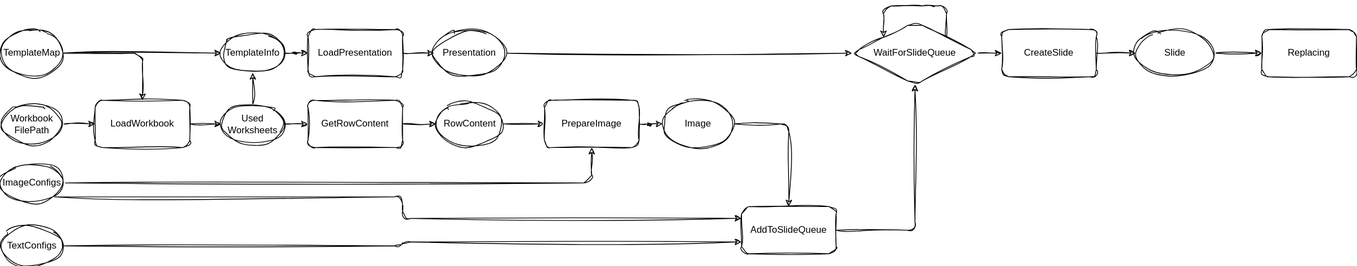
Above: Documents/workflows.svg in thnhmai06/SlideGenerator (draw.io), before the change. Source tidied: cells renumbered, new cells last; positions are measured from the earlier drawing's top-left corner, leaving out a move shared by most shapes.
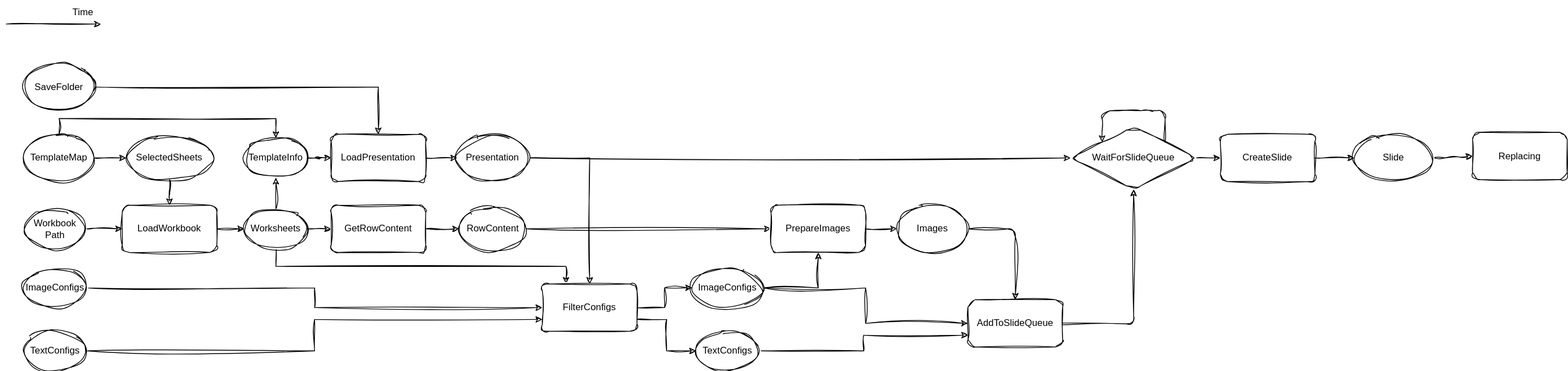
The same diagram one commit later.

Diff of the diagram source:
```diff
@@ -2,131 +2,177 @@
   <root>
     <mxCell id="0" />
     <mxCell id="1" parent="0" />
-    <mxCell id="2" style="edgeStyle=orthogonalEdgeStyle;rounded=1;jettySize=auto;html=1;sketch=1;curveFitting=1;jiggle=2;" parent="1" edge="1" source="3" target="17">
+    <mxCell id="2" style="edgeStyle=orthogonalEdgeStyle;rounded=1;jettySize=auto;html=1;sketch=1;curveFitting=1;jiggle=2;shadow=0;" parent="1" edge="1" source="3" target="17">
       <mxGeometry relative="1" as="geometry" />
     </mxCell>
-    <mxCell id="3" value="LoadPresentation" style="rounded=1;whiteSpace=wrap;html=1;sketch=1;curveFitting=1;jiggle=2;" parent="1" vertex="1">
+    <mxCell id="3" value="LoadPresentation" style="rounded=1;whiteSpace=wrap;html=1;sketch=1;curveFitting=1;jiggle=2;shadow=0;" parent="1" vertex="1">
       <mxGeometry x="390" y="30" width="120" height="60" as="geometry" />
     </mxCell>
-    <mxCell id="4" style="edgeStyle=orthogonalEdgeStyle;rounded=1;jettySize=auto;html=1;sketch=1;curveFitting=1;jiggle=2;" parent="1" edge="1" source="5" target="3">
+    <mxCell id="4" style="edgeStyle=orthogonalEdgeStyle;rounded=1;jettySize=auto;html=1;sketch=1;curveFitting=1;jiggle=2;shadow=0;" parent="1" edge="1" source="5" target="3">
       <mxGeometry relative="1" as="geometry" />
     </mxCell>
-    <mxCell id="5" value="TemplateInfo" style="ellipse;whiteSpace=wrap;html=1;rounded=1;sketch=1;curveFitting=1;jiggle=2;" parent="1" vertex="1">
+    <mxCell id="5" value="TemplateInfo" style="ellipse;whiteSpace=wrap;html=1;rounded=1;sketch=1;curveFitting=1;jiggle=2;shadow=0;" parent="1" vertex="1">
       <mxGeometry x="280" y="35" width="80" height="50" as="geometry" />
     </mxCell>
-    <mxCell id="6" style="edgeStyle=orthogonalEdgeStyle;rounded=1;jettySize=auto;html=1;sketch=1;curveFitting=1;jiggle=2;" parent="1" edge="1" source="7" target="9">
+    <mxCell id="6" style="edgeStyle=orthogonalEdgeStyle;rounded=1;jettySize=auto;html=1;sketch=1;curveFitting=1;jiggle=2;shadow=0;" parent="1" edge="1" source="7" target="9">
       <mxGeometry relative="1" as="geometry" />
     </mxCell>
-    <mxCell id="7" value="Workbook FilePath" style="ellipse;whiteSpace=wrap;html=1;rounded=1;sketch=1;curveFitting=1;jiggle=2;" parent="1" vertex="1">
+    <mxCell id="7" value="Workbook &lt;br&gt;Path" style="ellipse;whiteSpace=wrap;html=1;rounded=1;sketch=1;curveFitting=1;jiggle=2;shadow=0;" parent="1" vertex="1">
       <mxGeometry y="125" width="80" height="50" as="geometry" />
     </mxCell>
-    <mxCell id="8" style="edgeStyle=orthogonalEdgeStyle;rounded=1;jettySize=auto;html=1;exitX=1;exitY=0.5;exitDx=0;exitDy=0;entryX=0;entryY=0.5;entryDx=0;entryDy=0;sketch=1;curveFitting=1;jiggle=2;" parent="1" edge="1" source="9" target="15">
+    <mxCell id="8" style="edgeStyle=orthogonalEdgeStyle;rounded=1;jettySize=auto;html=1;exitX=1;exitY=0.5;exitDx=0;exitDy=0;entryX=0;entryY=0.5;entryDx=0;entryDy=0;sketch=1;curveFitting=1;jiggle=2;shadow=0;" parent="1" edge="1" source="9" target="15">
       <mxGeometry relative="1" as="geometry" />
     </mxCell>
-    <mxCell id="9" value="LoadWorkbook" style="rounded=1;whiteSpace=wrap;html=1;sketch=1;curveFitting=1;jiggle=2;" parent="1" vertex="1">
-      <mxGeometry x="120" y="120" width="120" height="60" as="geometry" />
+    <mxCell id="9" value="LoadWorkbook" style="rounded=1;whiteSpace=wrap;html=1;sketch=1;curveFitting=1;jiggle=2;shadow=0;" parent="1" vertex="1">
+      <mxGeometry x="125" y="120" width="120" height="60" as="geometry" />
     </mxCell>
+    <mxCell id="41" style="edgeStyle=orthogonalEdgeStyle;rounded=0;jettySize=auto;html=1;sketch=1;curveFitting=1;jiggle=2;shadow=0;" parent="1" edge="1" source="12" target="47">
+      <mxGeometry relative="1" as="geometry" />
+    </mxCell>
-    <mxCell id="10" style="edgeStyle=orthogonalEdgeStyle;rounded=1;jettySize=auto;html=1;exitX=1;exitY=0.5;exitDx=0;exitDy=0;entryX=0;entryY=0.5;entryDx=0;entryDy=0;sketch=1;curveFitting=1;jiggle=2;" parent="1" edge="1" source="12" target="5">
+    <mxCell id="10" style="edgeStyle=orthogonalEdgeStyle;rounded=0;jettySize=auto;html=1;exitX=0.5;exitY=0;exitDx=0;exitDy=0;entryX=0.5;entryY=0;entryDx=0;entryDy=0;sketch=1;curveFitting=1;jiggle=2;shadow=0;" parent="1" edge="1" source="12" target="5">
       <mxGeometry relative="1" as="geometry" />
     </mxCell>
-    <mxCell id="11" style="edgeStyle=orthogonalEdgeStyle;rounded=1;jettySize=auto;html=1;exitX=1;exitY=0.5;exitDx=0;exitDy=0;entryX=0.5;entryY=0;entryDx=0;entryDy=0;sketch=1;curveFitting=1;jiggle=2;" parent="1" edge="1" source="12" target="9">
-      <mxGeometry relative="1" as="geometry" />
-    </mxCell>
-    <mxCell id="12" value="TemplateMap" style="ellipse;whiteSpace=wrap;html=1;rounded=1;sketch=1;curveFitting=1;jiggle=2;" parent="1" vertex="1">
-      <mxGeometry y="30" width="80" height="60" as="geometry" />
+    <mxCell id="12" value="TemplateMap" style="ellipse;whiteSpace=wrap;html=1;rounded=1;sketch=1;curveFitting=1;jiggle=2;shadow=0;" parent="1" vertex="1">
+      <mxGeometry y="30" width="90" height="60" as="geometry" />
     </mxCell>
-    <mxCell id="13" style="edgeStyle=orthogonalEdgeStyle;rounded=1;jettySize=auto;html=1;exitX=0.5;exitY=0;exitDx=0;exitDy=0;sketch=1;curveFitting=1;jiggle=2;" parent="1" edge="1" source="15" target="5">
+    <mxCell id="13" style="edgeStyle=orthogonalEdgeStyle;rounded=1;jettySize=auto;html=1;exitX=0.5;exitY=0;exitDx=0;exitDy=0;sketch=1;curveFitting=1;jiggle=2;shadow=0;" parent="1" edge="1" source="15" target="5">
       <mxGeometry relative="1" as="geometry" />
     </mxCell>
-    <mxCell id="14" style="edgeStyle=orthogonalEdgeStyle;rounded=1;jettySize=auto;html=1;exitX=1;exitY=0.5;exitDx=0;exitDy=0;entryX=0;entryY=0.5;entryDx=0;entryDy=0;sketch=1;curveFitting=1;jiggle=2;" parent="1" edge="1" source="15" target="19">
+    <mxCell id="14" style="edgeStyle=orthogonalEdgeStyle;rounded=1;jettySize=auto;html=1;exitX=1;exitY=0.5;exitDx=0;exitDy=0;entryX=0;entryY=0.5;entryDx=0;entryDy=0;sketch=1;curveFitting=1;jiggle=2;shadow=0;" parent="1" edge="1" source="15" target="19">
       <mxGeometry relative="1" as="geometry" />
     </mxCell>
+    <mxCell id="42" style="edgeStyle=orthogonalEdgeStyle;rounded=0;jettySize=auto;html=1;exitX=0.5;exitY=1;exitDx=0;exitDy=0;entryX=0.25;entryY=0;entryDx=0;entryDy=0;sketch=1;curveFitting=1;jiggle=2;" parent="1" edge="1" source="15" target="57">
+      <mxGeometry relative="1" as="geometry" />
+    </mxCell>
-    <mxCell id="15" value="Used Worksheets" style="ellipse;whiteSpace=wrap;html=1;rounded=1;sketch=1;curveFitting=1;jiggle=2;" parent="1" vertex="1">
+    <mxCell id="15" value="Worksheets" style="ellipse;whiteSpace=wrap;html=1;rounded=1;sketch=1;curveFitting=1;jiggle=2;shadow=0;" parent="1" vertex="1">
       <mxGeometry x="280" y="125" width="80" height="50" as="geometry" />
     </mxCell>
-    <mxCell id="16" style="edgeStyle=orthogonalEdgeStyle;rounded=1;jettySize=auto;html=1;exitX=1;exitY=0.5;exitDx=0;exitDy=0;entryX=0;entryY=0.5;entryDx=0;entryDy=0;sketch=1;curveFitting=1;jiggle=2;" parent="1" edge="1" source="17" target="33">
+    <mxCell id="16" style="edgeStyle=orthogonalEdgeStyle;rounded=1;jettySize=auto;html=1;exitX=1;exitY=0.5;exitDx=0;exitDy=0;entryX=0;entryY=0.5;entryDx=0;entryDy=0;sketch=1;curveFitting=1;jiggle=2;shadow=0;" parent="1" edge="1" source="17" target="33">
       <mxGeometry relative="1" as="geometry" />
     </mxCell>
+    <mxCell id="43" style="edgeStyle=orthogonalEdgeStyle;rounded=0;jettySize=auto;html=1;exitX=1;exitY=0.5;exitDx=0;exitDy=0;entryX=0.5;entryY=0;entryDx=0;entryDy=0;sketch=1;curveFitting=1;jiggle=2;" parent="1" edge="1" source="17" target="57">
+      <mxGeometry relative="1" as="geometry" />
+    </mxCell>
-    <mxCell id="17" value="Presentation" style="ellipse;whiteSpace=wrap;html=1;rounded=1;sketch=1;curveFitting=1;jiggle=2;" parent="1" vertex="1">
+    <mxCell id="17" value="Presentation" style="ellipse;whiteSpace=wrap;html=1;rounded=1;sketch=1;curveFitting=1;jiggle=2;shadow=0;" parent="1" vertex="1">
       <mxGeometry x="550" y="30" width="90" height="60" as="geometry" />
     </mxCell>
-    <mxCell id="18" style="edgeStyle=orthogonalEdgeStyle;rounded=1;jettySize=auto;html=1;sketch=1;curveFitting=1;jiggle=2;" parent="1" edge="1" source="19" target="21">
+    <mxCell id="18" style="edgeStyle=orthogonalEdgeStyle;rounded=1;jettySize=auto;html=1;sketch=1;curveFitting=1;jiggle=2;shadow=0;" parent="1" edge="1" source="19" target="21">
       <mxGeometry relative="1" as="geometry" />
     </mxCell>
-    <mxCell id="19" value="GetRowContent" style="rounded=1;whiteSpace=wrap;html=1;sketch=1;curveFitting=1;jiggle=2;" parent="1" vertex="1">
+    <mxCell id="19" value="GetRowContent" style="rounded=1;whiteSpace=wrap;html=1;sketch=1;curveFitting=1;jiggle=2;shadow=0;" parent="1" vertex="1">
       <mxGeometry x="390" y="120" width="120" height="60" as="geometry" />
     </mxCell>
-    <mxCell id="20" style="edgeStyle=orthogonalEdgeStyle;rounded=1;jettySize=auto;html=1;exitX=1;exitY=0.5;exitDx=0;exitDy=0;entryX=0;entryY=0.5;entryDx=0;entryDy=0;sketch=1;curveFitting=1;jiggle=2;" parent="1" edge="1" source="21" target="23">
+    <mxCell id="20" style="edgeStyle=orthogonalEdgeStyle;rounded=1;jettySize=auto;html=1;exitX=1;exitY=0.5;exitDx=0;exitDy=0;entryX=0;entryY=0.5;entryDx=0;entryDy=0;sketch=1;curveFitting=1;jiggle=2;shadow=0;" parent="1" edge="1" source="21" target="23">
       <mxGeometry relative="1" as="geometry" />
     </mxCell>
-    <mxCell id="21" value="RowContent" style="ellipse;whiteSpace=wrap;html=1;rounded=1;sketch=1;curveFitting=1;jiggle=2;" parent="1" vertex="1">
+    <mxCell id="21" value="RowContent" style="ellipse;whiteSpace=wrap;html=1;rounded=1;sketch=1;curveFitting=1;jiggle=2;shadow=0;" parent="1" vertex="1">
       <mxGeometry x="552.5" y="122.5" width="85" height="55" as="geometry" />
     </mxCell>
-    <mxCell id="22" style="edgeStyle=orthogonalEdgeStyle;rounded=1;jettySize=auto;html=1;sketch=1;curveFitting=1;jiggle=2;" parent="1" edge="1" source="23" target="31">
+    <mxCell id="22" style="edgeStyle=orthogonalEdgeStyle;rounded=1;jettySize=auto;html=1;sketch=1;curveFitting=1;jiggle=2;shadow=0;" parent="1" edge="1" source="23" target="31">
       <mxGeometry relative="1" as="geometry" />
     </mxCell>
-    <mxCell id="23" value="PrepareImage" style="rounded=1;whiteSpace=wrap;html=1;sketch=1;curveFitting=1;jiggle=2;" parent="1" vertex="1">
-      <mxGeometry x="690" y="120" width="120" height="60" as="geometry" />
+    <mxCell id="23" value="PrepareImages" style="rounded=1;whiteSpace=wrap;html=1;sketch=1;curveFitting=1;jiggle=2;shadow=0;" parent="1" vertex="1">
+      <mxGeometry x="948" y="120" width="120" height="60" as="geometry" />
     </mxCell>
-    <mxCell id="24" style="edgeStyle=orthogonalEdgeStyle;rounded=1;jettySize=auto;html=1;exitX=1;exitY=0.5;exitDx=0;exitDy=0;sketch=1;curveFitting=1;jiggle=2;" parent="1" edge="1" source="26" target="23">
-      <mxGeometry relative="1" as="geometry">
-        <Array as="points">
-          <mxPoint x="750" y="225" />
-        </Array>
-      </mxGeometry>
-    </mxCell>
-    <mxCell id="25" style="edgeStyle=orthogonalEdgeStyle;rounded=1;jettySize=auto;html=1;exitX=1;exitY=1;exitDx=0;exitDy=0;entryX=0;entryY=0.25;entryDx=0;entryDy=0;sketch=1;curveFitting=1;jiggle=2;" parent="1" edge="1" source="26" target="40">
-      <mxGeometry relative="1" as="geometry" />
-    </mxCell>
+    <mxCell id="44" style="edgeStyle=orthogonalEdgeStyle;rounded=0;jettySize=auto;html=1;exitX=1;exitY=0.5;exitDx=0;exitDy=0;sketch=1;curveFitting=1;jiggle=2;" parent="1" edge="1" source="26" target="57">
+      <mxGeometry relative="1" as="geometry" />
+    </mxCell>
-    <mxCell id="26" value="ImageConfigs" style="ellipse;whiteSpace=wrap;html=1;rounded=1;sketch=1;curveFitting=1;jiggle=2;" parent="1" vertex="1">
+    <mxCell id="26" value="ImageConfigs" style="ellipse;whiteSpace=wrap;html=1;rounded=1;sketch=1;curveFitting=1;jiggle=2;shadow=0;" parent="1" vertex="1">
       <mxGeometry y="200" width="80" height="50" as="geometry" />
     </mxCell>
-    <mxCell id="27" style="edgeStyle=orthogonalEdgeStyle;rounded=1;jettySize=auto;html=1;exitX=1;exitY=0.5;exitDx=0;exitDy=0;entryX=0;entryY=0.75;entryDx=0;entryDy=0;sketch=1;curveFitting=1;jiggle=2;" parent="1" edge="1" source="28" target="40">
-      <mxGeometry relative="1" as="geometry" />
-    </mxCell>
+    <mxCell id="45" style="edgeStyle=orthogonalEdgeStyle;rounded=0;jettySize=auto;html=1;exitX=1;exitY=0.5;exitDx=0;exitDy=0;entryX=0;entryY=0.75;entryDx=0;entryDy=0;sketch=1;curveFitting=1;jiggle=2;" parent="1" edge="1" source="28" target="57">
+      <mxGeometry relative="1" as="geometry" />
+    </mxCell>
-    <mxCell id="28" value="TextConfigs" style="ellipse;whiteSpace=wrap;html=1;rounded=1;sketch=1;curveFitting=1;jiggle=2;" parent="1" vertex="1">
+    <mxCell id="28" value="TextConfigs" style="ellipse;whiteSpace=wrap;html=1;rounded=1;sketch=1;curveFitting=1;jiggle=2;shadow=0;" parent="1" vertex="1">
       <mxGeometry y="280" width="80" height="50" as="geometry" />
     </mxCell>
-    <mxCell id="29" value="Replacing" style="rounded=1;whiteSpace=wrap;html=1;sketch=1;curveFitting=1;jiggle=2;" parent="1" vertex="1">
-      <mxGeometry x="1600" y="30" width="120" height="60" as="geometry" />
+    <mxCell id="29" value="Replacing" style="rounded=1;whiteSpace=wrap;html=1;sketch=1;curveFitting=1;jiggle=2;shadow=0;" parent="1" vertex="1">
+      <mxGeometry x="1838" y="27.5" width="120" height="60" as="geometry" />
     </mxCell>
-    <mxCell id="30" style="edgeStyle=orthogonalEdgeStyle;rounded=1;jettySize=auto;html=1;exitX=1;exitY=0.5;exitDx=0;exitDy=0;sketch=1;curveFitting=1;jiggle=2;" parent="1" edge="1" source="31" target="40">
+    <mxCell id="30" style="edgeStyle=orthogonalEdgeStyle;rounded=1;jettySize=auto;html=1;exitX=1;exitY=0.5;exitDx=0;exitDy=0;sketch=1;curveFitting=1;jiggle=2;shadow=0;" parent="1" edge="1" source="31" target="40">
       <mxGeometry relative="1" as="geometry" />
     </mxCell>
-    <mxCell id="31" value="Image" style="ellipse;whiteSpace=wrap;html=1;rounded=1;sketch=1;curveFitting=1;jiggle=2;" parent="1" vertex="1">
-      <mxGeometry x="840" y="120" width="90" height="60" as="geometry" />
+    <mxCell id="31" value="Images" style="ellipse;whiteSpace=wrap;html=1;rounded=1;sketch=1;curveFitting=1;jiggle=2;shadow=0;" parent="1" vertex="1">
+      <mxGeometry x="1108" y="120" width="90" height="60" as="geometry" />
     </mxCell>
-    <mxCell id="32" style="edgeStyle=orthogonalEdgeStyle;rounded=1;jettySize=auto;html=1;exitX=1;exitY=0.5;exitDx=0;exitDy=0;entryX=0;entryY=0.5;entryDx=0;entryDy=0;sketch=1;curveFitting=1;jiggle=2;" parent="1" edge="1" source="33" target="35">
+    <mxCell id="32" style="edgeStyle=orthogonalEdgeStyle;rounded=1;jettySize=auto;html=1;exitX=1;exitY=0.5;exitDx=0;exitDy=0;entryX=0;entryY=0.5;entryDx=0;entryDy=0;sketch=1;curveFitting=1;jiggle=2;shadow=0;" parent="1" edge="1" source="33" target="35">
       <mxGeometry relative="1" as="geometry" />
     </mxCell>
-    <mxCell id="33" value="WaitForSlideQueue" style="rhombus;whiteSpace=wrap;html=1;rounded=1;sketch=1;curveFitting=1;jiggle=2;" parent="1" vertex="1">
-      <mxGeometry x="1080" y="20" width="160" height="80" as="geometry" />
+    <mxCell id="33" value="WaitForSlideQueue" style="rhombus;whiteSpace=wrap;html=1;rounded=1;sketch=1;curveFitting=1;jiggle=2;shadow=0;" parent="1" vertex="1">
+      <mxGeometry x="1328" y="20" width="160" height="80" as="geometry" />
     </mxCell>
-    <mxCell id="34" style="edgeStyle=orthogonalEdgeStyle;rounded=1;jettySize=auto;html=1;exitX=1;exitY=0.5;exitDx=0;exitDy=0;entryX=0;entryY=0.5;entryDx=0;entryDy=0;sketch=1;curveFitting=1;jiggle=2;" parent="1" edge="1" source="35" target="37">
+    <mxCell id="34" style="edgeStyle=orthogonalEdgeStyle;rounded=1;jettySize=auto;html=1;exitX=1;exitY=0.5;exitDx=0;exitDy=0;entryX=0;entryY=0.5;entryDx=0;entryDy=0;sketch=1;curveFitting=1;jiggle=2;shadow=0;" parent="1" edge="1" source="35" target="37">
       <mxGeometry relative="1" as="geometry" />
     </mxCell>
-    <mxCell id="35" value="CreateSlide" style="rounded=1;whiteSpace=wrap;html=1;sketch=1;curveFitting=1;jiggle=2;" parent="1" vertex="1">
-      <mxGeometry x="1270" y="30" width="120" height="60" as="geometry" />
+    <mxCell id="35" value="CreateSlide" style="rounded=1;whiteSpace=wrap;html=1;sketch=1;curveFitting=1;jiggle=2;shadow=0;" parent="1" vertex="1">
+      <mxGeometry x="1518" y="30" width="120" height="60" as="geometry" />
     </mxCell>
-    <mxCell id="36" style="edgeStyle=orthogonalEdgeStyle;rounded=1;jettySize=auto;html=1;exitX=1;exitY=0.5;exitDx=0;exitDy=0;entryX=0;entryY=0.5;entryDx=0;entryDy=0;sketch=1;curveFitting=1;jiggle=2;" parent="1" edge="1" source="37" target="29">
+    <mxCell id="36" style="edgeStyle=orthogonalEdgeStyle;rounded=1;jettySize=auto;html=1;exitX=1;exitY=0.5;exitDx=0;exitDy=0;entryX=0;entryY=0.5;entryDx=0;entryDy=0;sketch=1;curveFitting=1;jiggle=2;shadow=0;" parent="1" edge="1" source="37" target="29">
       <mxGeometry relative="1" as="geometry" />
     </mxCell>
-    <mxCell id="37" value="Slide" style="ellipse;whiteSpace=wrap;html=1;rounded=1;sketch=1;curveFitting=1;jiggle=2;" parent="1" vertex="1">
-      <mxGeometry x="1440" y="30" width="100" height="60" as="geometry" />
+    <mxCell id="37" value="Slide" style="ellipse;whiteSpace=wrap;html=1;rounded=1;sketch=1;curveFitting=1;jiggle=2;shadow=0;" parent="1" vertex="1">
+      <mxGeometry x="1688" y="30" width="100" height="60" as="geometry" />
     </mxCell>
-    <mxCell id="38" style="edgeStyle=orthogonalEdgeStyle;rounded=1;orthogonalLoop=1;jettySize=auto;html=1;exitX=1;exitY=0;exitDx=0;exitDy=0;entryX=0;entryY=0;entryDx=0;entryDy=0;sketch=1;curveFitting=1;jiggle=2;" parent="1" edge="1" source="33" target="33">
+    <mxCell id="38" style="edgeStyle=orthogonalEdgeStyle;rounded=1;orthogonalLoop=1;jettySize=auto;html=1;exitX=1;exitY=0;exitDx=0;exitDy=0;entryX=0;entryY=0;entryDx=0;entryDy=0;sketch=1;curveFitting=1;jiggle=2;shadow=0;" parent="1" edge="1" source="33" target="33">
       <mxGeometry relative="1" as="geometry">
         <Array as="points">
-          <mxPoint x="1180" />
-          <mxPoint x="1100" />
+          <mxPoint x="1428" />
+          <mxPoint x="1348" />
         </Array>
       </mxGeometry>
     </mxCell>
-    <mxCell id="39" style="edgeStyle=orthogonalEdgeStyle;rounded=1;jettySize=auto;html=1;exitX=1;exitY=0.5;exitDx=0;exitDy=0;entryX=0.5;entryY=1;entryDx=0;entryDy=0;sketch=1;curveFitting=1;jiggle=2;" parent="1" edge="1" source="40" target="33">
-      <mxGeometry relative="1" as="geometry" />
+    <mxCell id="39" style="edgeStyle=orthogonalEdgeStyle;rounded=1;jettySize=auto;html=1;exitX=1;exitY=0.5;exitDx=0;exitDy=0;entryX=0.5;entryY=1;entryDx=0;entryDy=0;sketch=1;curveFitting=1;jiggle=2;shadow=0;" parent="1" edge="1" target="33">
+      <mxGeometry relative="1" as="geometry">
+        <mxPoint x="1298" y="270" as="sourcePoint" />
+      </mxGeometry>
     </mxCell>
-    <mxCell id="40" value="AddToSlideQueue" style="rounded=1;whiteSpace=wrap;html=1;sketch=1;curveFitting=1;jiggle=2;" parent="1" vertex="1">
-      <mxGeometry x="940" y="255" width="120" height="60" as="geometry" />
+    <mxCell id="40" value="AddToSlideQueue" style="rounded=1;whiteSpace=wrap;html=1;sketch=1;curveFitting=1;jiggle=2;shadow=0;" parent="1" vertex="1">
+      <mxGeometry x="1198" y="240" width="120" height="60" as="geometry" />
     </mxCell>
+    <mxCell id="46" style="edgeStyle=orthogonalEdgeStyle;rounded=0;jettySize=auto;html=1;sketch=1;curveFitting=1;jiggle=2;shadow=0;" parent="1" edge="1" source="47" target="9">
+      <mxGeometry relative="1" as="geometry" />
+    </mxCell>
+    <mxCell id="47" value="SelectedSheets" style="ellipse;whiteSpace=wrap;html=1;sketch=1;curveFitting=1;jiggle=2;shadow=0;" parent="1" vertex="1">
+      <mxGeometry x="130" y="32.5" width="110" height="55" as="geometry" />
+    </mxCell>
+    <mxCell id="48" style="edgeStyle=orthogonalEdgeStyle;rounded=0;jettySize=auto;html=1;exitX=1;exitY=0.5;exitDx=0;exitDy=0;entryX=0.5;entryY=0;entryDx=0;entryDy=0;sketch=1;curveFitting=1;jiggle=2;shadow=0;" parent="1" edge="1" source="49" target="3">
+      <mxGeometry relative="1" as="geometry" />
+    </mxCell>
+    <mxCell id="49" value="SaveFolder" style="ellipse;whiteSpace=wrap;html=1;sketch=1;curveFitting=1;jiggle=2;shadow=0;" parent="1" vertex="1">
+      <mxGeometry y="-60" width="90" height="60" as="geometry" />
+    </mxCell>
+    <mxCell id="50" style="edgeStyle=orthogonalEdgeStyle;rounded=0;jettySize=auto;html=1;exitX=1;exitY=0.5;exitDx=0;exitDy=0;entryX=0.5;entryY=1;entryDx=0;entryDy=0;sketch=1;curveFitting=1;jiggle=2;" parent="1" edge="1" source="52" target="23">
+      <mxGeometry relative="1" as="geometry" />
+    </mxCell>
+    <mxCell id="51" style="edgeStyle=orthogonalEdgeStyle;rounded=0;jettySize=auto;html=1;exitX=1;exitY=0.5;exitDx=0;exitDy=0;entryX=0;entryY=0.5;entryDx=0;entryDy=0;sketch=1;curveFitting=1;jiggle=2;" parent="1" edge="1" source="52" target="40">
+      <mxGeometry relative="1" as="geometry" />
+    </mxCell>
+    <mxCell id="52" value="ImageConfigs" style="ellipse;whiteSpace=wrap;html=1;sketch=1;curveFitting=1;jiggle=2;" parent="1" vertex="1">
+      <mxGeometry x="848" y="200" width="90" height="50" as="geometry" />
+    </mxCell>
+    <mxCell id="53" style="edgeStyle=orthogonalEdgeStyle;rounded=0;jettySize=auto;html=1;exitX=1;exitY=0.5;exitDx=0;exitDy=0;entryX=0;entryY=0.75;entryDx=0;entryDy=0;sketch=1;curveFitting=1;jiggle=2;" parent="1" edge="1" source="54" target="40">
+      <mxGeometry relative="1" as="geometry" />
+    </mxCell>
+    <mxCell id="54" value="TextConfigs" style="ellipse;whiteSpace=wrap;html=1;rounded=1;sketch=1;curveFitting=1;jiggle=2;shadow=0;" parent="1" vertex="1">
+      <mxGeometry x="853" y="280" width="80" height="50" as="geometry" />
+    </mxCell>
+    <mxCell id="55" style="edgeStyle=orthogonalEdgeStyle;rounded=0;jettySize=auto;html=1;exitX=1;exitY=0.75;exitDx=0;exitDy=0;entryX=0;entryY=0.5;entryDx=0;entryDy=0;sketch=1;curveFitting=1;jiggle=2;" parent="1" edge="1" source="57" target="54">
+      <mxGeometry relative="1" as="geometry" />
+    </mxCell>
+    <mxCell id="56" style="edgeStyle=orthogonalEdgeStyle;rounded=0;jettySize=auto;html=1;exitX=1;exitY=0.5;exitDx=0;exitDy=0;entryX=0;entryY=0.5;entryDx=0;entryDy=0;sketch=1;curveFitting=1;jiggle=2;" parent="1" edge="1" source="57" target="52">
+      <mxGeometry relative="1" as="geometry" />
+    </mxCell>
+    <mxCell id="57" value="FilterConfigs" style="rounded=1;whiteSpace=wrap;html=1;sketch=1;curveFitting=1;jiggle=2;shadow=0;" parent="1" vertex="1">
+      <mxGeometry x="658" y="220" width="120" height="60" as="geometry" />
+    </mxCell>
+    <mxCell id="58" style="endArrow=classic;html=1;rounded=0;sketch=1;curveFitting=1;jiggle=2;" parent="1" edge="1">
+      <mxGeometry relative="1" as="geometry">
+        <mxPoint x="-22" y="-110" as="sourcePoint" />
+        <mxPoint x="98" y="-110" as="targetPoint" />
+      </mxGeometry>
+    </mxCell>
+    <mxCell id="59" value="Time" style="text;html=1;align=center;verticalAlign=middle;strokeColor=none;fillColor=none;sketch=1;curveFitting=1;jiggle=2;" parent="1" vertex="1">
+      <mxGeometry x="50" y="-140" width="50" height="30" as="geometry" />
+    </mxCell>
   </root>
 </mxGraphModel>
```
